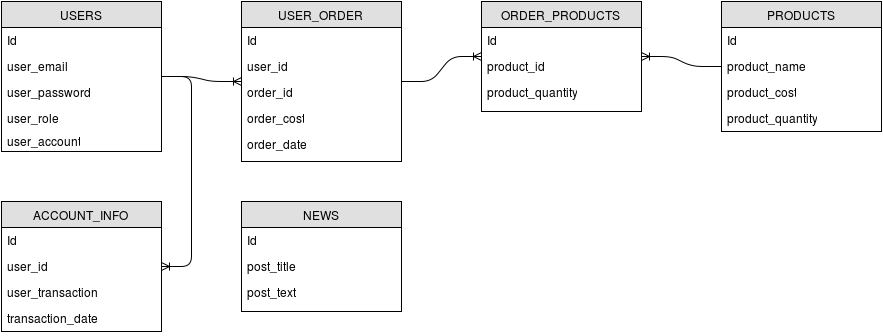
The draw.io diagram coffee_machine_v2_db.png in AlexRuch/coffee_machine_v2, before a commit. Source tidied: cells renumbered, new cells last; positions are measured from the earlier drawing's top-left corner, leaving out a move shared by most shapes.
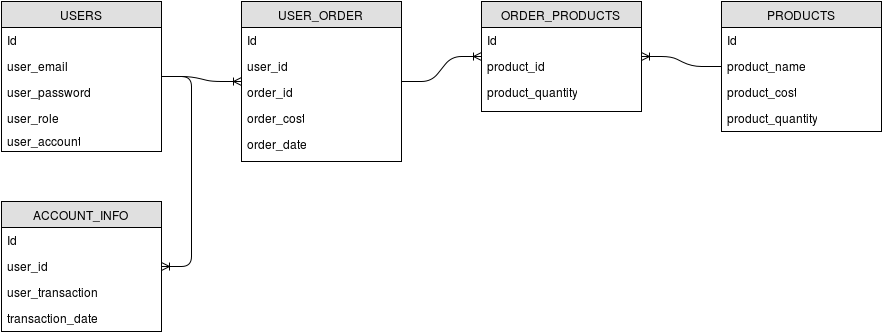
The same file after the commit.

Commit message:
New database schema

The edit, as a diff of the source:
```diff
@@ -92,17 +92,5 @@
     <mxCell id="31" style="edgeStyle=entityRelationEdgeStyle;html=1;endArrow=ERoneToMany;" parent="1" edge="1" source="14" target="26">
       <mxGeometry relative="1" as="geometry" />
     </mxCell>
-    <mxCell id="32" value="NEWS" style="swimlane;html=1;fontStyle=0;horizontal=1;startSize=26;fillColor=#e0e0e0;swimlaneFillColor=#ffffff;align=center;strokeColor=#000000;" parent="1" vertex="1">
-      <mxGeometry x="240" y="200" width="160" height="110" as="geometry" />
-    </mxCell>
-    <mxCell id="33" value="Id" style="text;html=1;strokeColor=none;fillColor=none;spacingLeft=4;spacingRight=4;whiteSpace=wrap;overflow=hidden;" parent="32" vertex="1">
-      <mxGeometry y="26" width="160" height="26" as="geometry" />
-    </mxCell>
-    <mxCell id="34" value="post_title" style="text;html=1;strokeColor=none;fillColor=none;spacingLeft=4;spacingRight=4;whiteSpace=wrap;overflow=hidden;" parent="32" vertex="1">
-      <mxGeometry y="52" width="160" height="26" as="geometry" />
-    </mxCell>
-    <mxCell id="35" value="post_text" style="text;html=1;strokeColor=none;fillColor=none;spacingLeft=4;spacingRight=4;whiteSpace=wrap;overflow=hidden;" parent="32" vertex="1">
-      <mxGeometry y="78" width="160" height="26" as="geometry" />
-    </mxCell>
   </root>
 </mxGraphModel>
```
